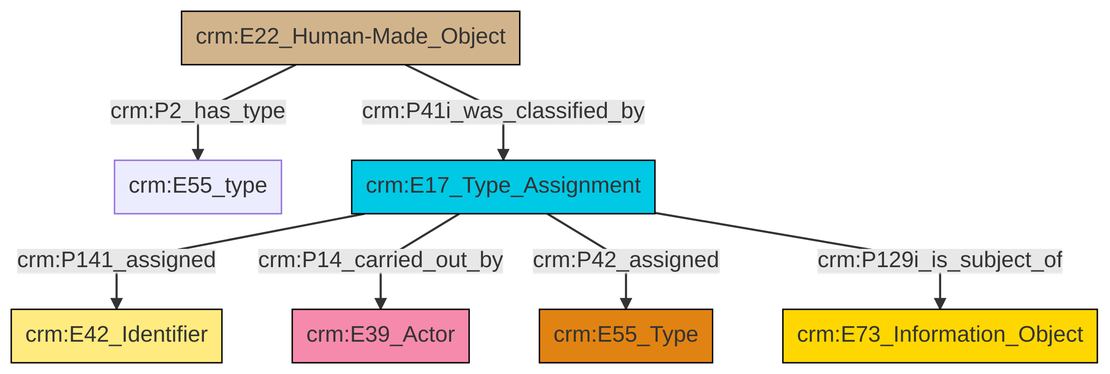
This is et/builtWorkCSV/ttl/mmd/png/Built_Work_designation_status.png from swiss-art-research-net/reference-data-models, a Mermaid export, as it was before one commit. Its source is kept beside it as et/builtWorkCSV/ttl/mmd/Built_Work_designation_status.ttl.mmd.
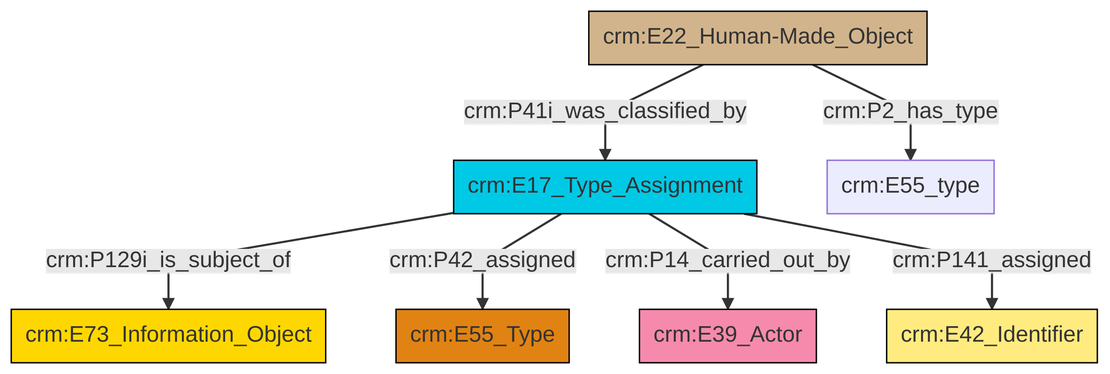
Above is the later version.

Change to the diagram source:
```diff
@@ -13,9 +13,9 @@
 classDef PC_Classes fill:#4ce600, stroke:#000000;
 classDef Multi fill:#cccccc,stroke:#000000;
 
-0["crm:E22_Human-Made_Object"]:::Physical_Thing -->|crm:P41i_was_classified_by| 6["crm:E17_Type_Assignment"]:::Temporal_Entity
-6["crm:E17_Type_Assignment"]:::Temporal_Entity -->|crm:P141_assigned| 9["crm:E42_Identifier"]:::Appellation
-6["crm:E17_Type_Assignment"]:::Temporal_Entity -->|crm:P14_carried_out_by| 10["crm:E39_Actor"]:::Actor
-0["crm:E22_Human-Made_Object"]:::Physical_Thing -->|crm:P2_has_type| 2["crm:E55_type"]:::Default
-6["crm:E17_Type_Assignment"]:::Temporal_Entity -->|crm:P42_assigned| 4["crm:E55_Type"]:::Type
-6["crm:E17_Type_Assignment"]:::Temporal_Entity -->|crm:P129i_is_subject_of| 7["crm:E73_Information_Object"]:::Conceptual_Object
+4["crm:E17_Type_Assignment"]:::Temporal_Entity -->|crm:P129i_is_subject_of| 0["crm:E73_Information_Object"]:::Conceptual_Object
+4["crm:E17_Type_Assignment"]:::Temporal_Entity -->|crm:P42_assigned| 2["crm:E55_Type"]:::Type
+8["crm:E22_Human-Made_Object"]:::Physical_Thing -->|crm:P2_has_type| 9["crm:E55_type"]:::Default
+4["crm:E17_Type_Assignment"]:::Temporal_Entity -->|crm:P14_carried_out_by| 6["crm:E39_Actor"]:::Actor
+8["crm:E22_Human-Made_Object"]:::Physical_Thing -->|crm:P41i_was_classified_by| 4["crm:E17_Type_Assignment"]:::Temporal_Entity
+4["crm:E17_Type_Assignment"]:::Temporal_Entity -->|crm:P141_assigned| 12["crm:E42_Identifier"]:::Appellation
```
